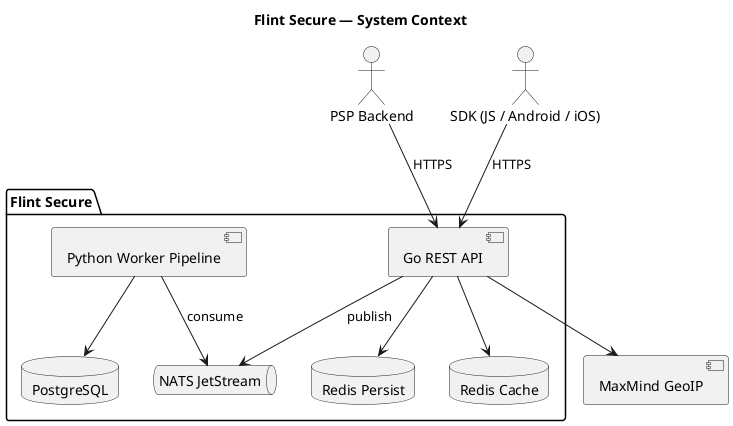
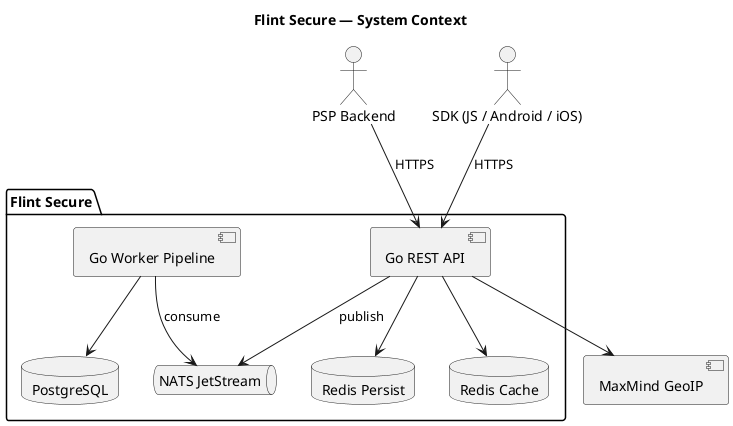
@startuml 02-system-context
skinparam rectangle {
  BackgroundColor #F8F8F8
}

title Flint Secure — System Context

actor "PSP Backend" as PSP
actor "SDK (JS / Android / iOS)" as SDK
component "MaxMind GeoIP" as GeoIP

package "Flint Secure" {
  [Go REST API] as API
  database "Redis Persist" as R1
  database "Redis Cache" as R2
  database "PostgreSQL" as PG
  queue "NATS JetStream" as NATS
-   [Python Worker Pipeline] as W
+   [Go Worker Pipeline] as W
}

PSP --> API : HTTPS
SDK --> API : HTTPS
API --> R1
API --> R2
API --> GeoIP
API --> NATS : publish
W --> NATS : consume
W --> PG

@enduml
